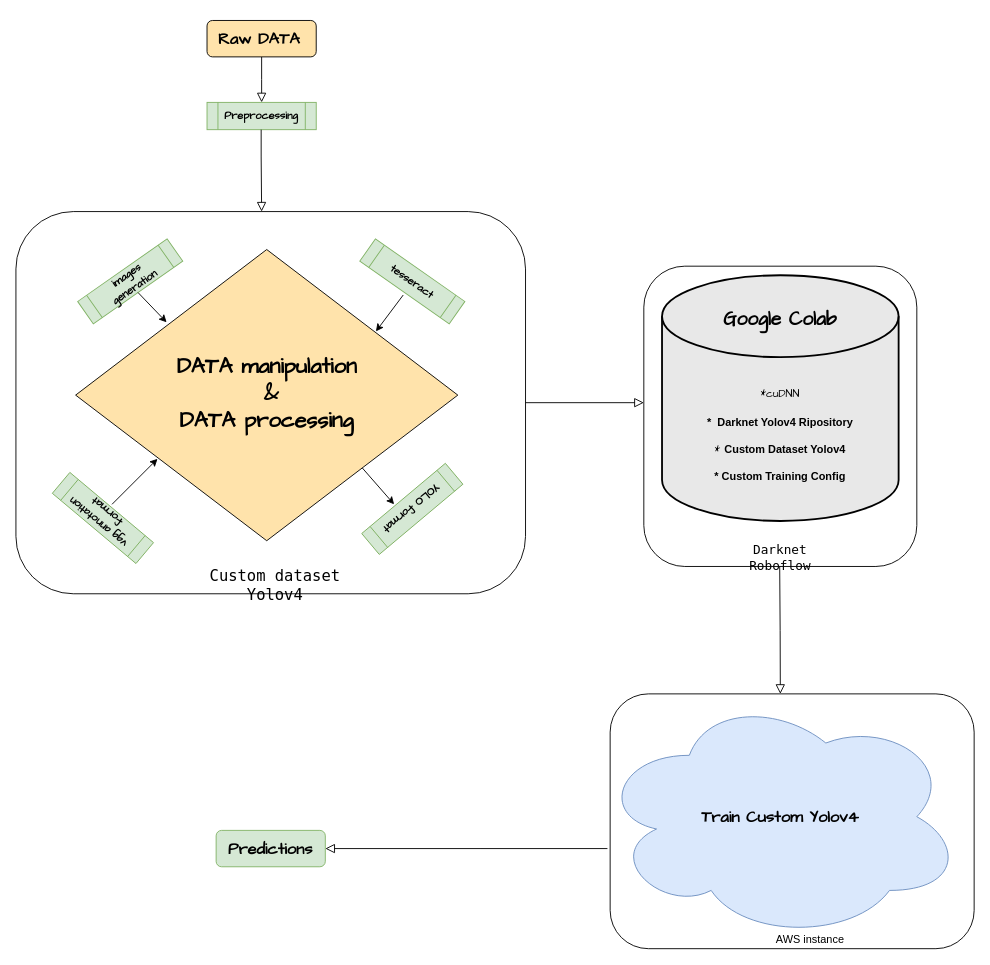
This is page "Page-1" (1 of 2) of pipeline/Untitled Diagram.drawio from IsmaelMekene/OCR-medicalword-detection, a draw.io file, before an edit. Source tidied: cells renumbered, new cells numbered last; positions are measured from the earlier drawing's top-left corner, leaving out a move shared by most shapes. Both pictures are drawn from the tidied source at 91%, with x=0, y=0 at pixel (15, 20).
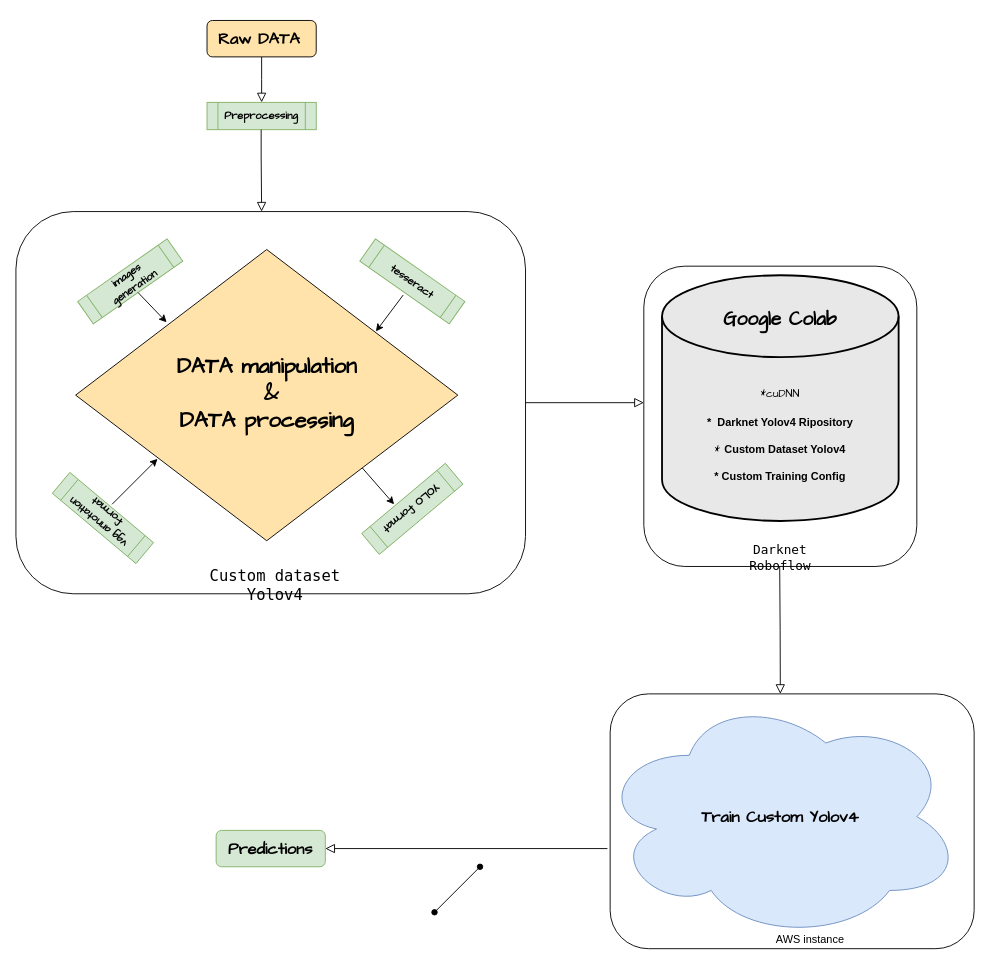
The same diagram, later.

The edit, as a diff of the source:
```diff
@@
+    <mxCell id="34" style="endArrow=oval;startArrow=oval;html=1;endFill=1;startFill=1;" parent="1" edge="1">
+      <mxGeometry relative="1" as="geometry">
+        <mxPoint x="460" y="980" as="sourcePoint" />
+        <mxPoint x="510" y="930" as="targetPoint" />
+      </mxGeometry>
+    </mxCell>
```
